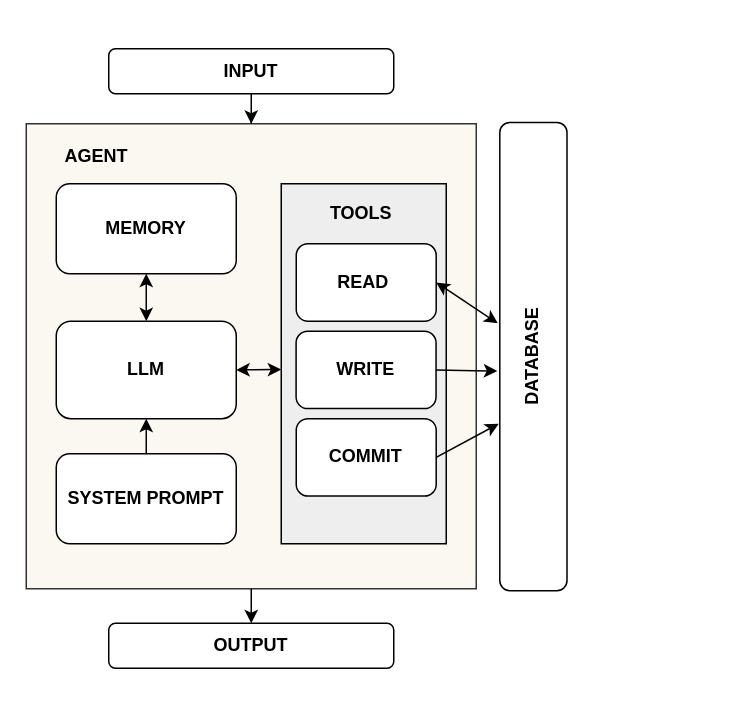
This is DB agent system.drawio from Aparup123/Drawio, a draw.io file, before an edit. Source tidied: cells renumbered, new cells numbered last; positions are measured from the earlier drawing's top-left corner, leaving out a move shared by most shapes. Both pictures are drawn from the tidied source at 150%, with x=0, y=0 at pixel (26, 48).
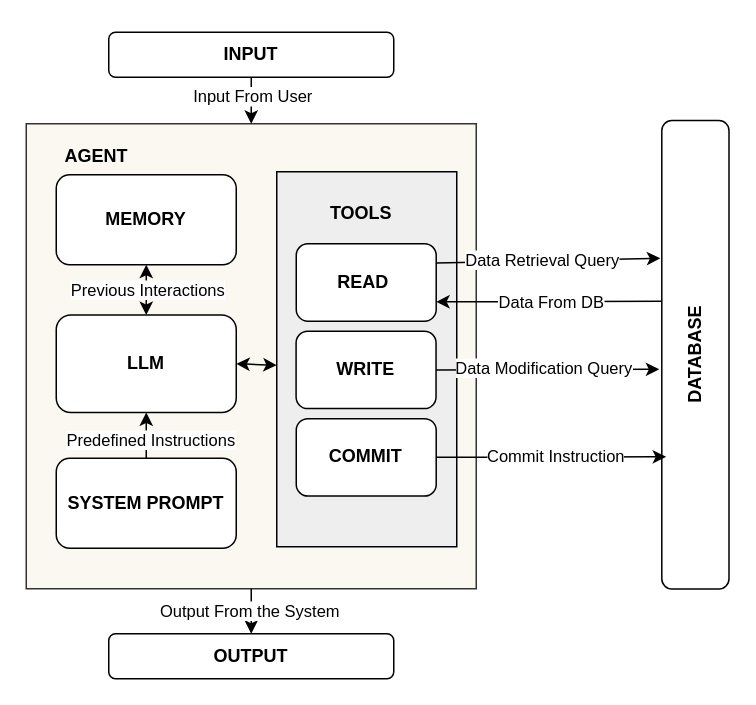
Above is the later version.

Unchanged cells that the change refers to:
```xml
<mxCell id="2" style="edgeStyle=orthogonalEdgeStyle;rounded=0;jettySize=auto;html=1;" parent="1" edge="1" source="3" target="22">
  <mxGeometry relative="1" as="geometry" />
</mxCell>
<mxCell id="7" style="edgeStyle=orthogonalEdgeStyle;rounded=0;jettySize=auto;html=1;entryX=0.5;entryY=0;entryDx=0;entryDy=0;" parent="1" edge="1" source="8" target="3">
  <mxGeometry relative="1" as="geometry" />
</mxCell>
<mxCell id="11" value="&lt;font face=&quot;Helvetica&quot;&gt;&lt;b&gt;READ&amp;nbsp;&lt;/b&gt;&lt;/font&gt;" style="rounded=1;whiteSpace=wrap;html=1;" parent="1" vertex="1">
  <mxGeometry x="180" y="130" width="93.3" height="51.6" as="geometry" />
</mxCell>
<mxCell id="13" value="&lt;font face=&quot;Helvetica&quot;&gt;&lt;b&gt;COMMIT&lt;/b&gt;&lt;/font&gt;" style="rounded=1;whiteSpace=wrap;html=1;" parent="1" vertex="1">
  <mxGeometry x="180" y="246.6" width="93.3" height="51.6" as="geometry" />
</mxCell>
<mxCell id="17" style="endArrow=classic;html=1;rounded=0;entryX=0.469;entryY=-0.037;entryDx=0;entryDy=0;entryPerimeter=0;exitX=1;exitY=0.5;exitDx=0;exitDy=0;" parent="1" edge="1" source="12" target="6">
  <mxGeometry relative="1" as="geometry" />
</mxCell>
<mxCell id="19" style="endArrow=classic;startArrow=classic;html=1;rounded=0;entryX=0.5;entryY=1;entryDx=0;entryDy=0;exitX=0.5;exitY=0;exitDx=0;exitDy=0;" parent="1" edge="1" source="5" target="9">
  <mxGeometry relative="1" as="geometry" />
</mxCell>
<mxCell id="20" style="endArrow=classic;html=1;rounded=0;entryX=0.5;entryY=1;entryDx=0;entryDy=0;exitX=0.5;exitY=0;exitDx=0;exitDy=0;" parent="1" edge="1" source="15" target="5">
  <mxGeometry relative="1" as="geometry" />
</mxCell>
```

Change to the diagram source:
```diff
@@
+    <mxCell id="23" value="Output From the System" style="edgeLabel;html=1;align=center;verticalAlign=middle;" parent="2" vertex="1">
+      <mxGeometry x="0.36" y="-2" relative="1" as="geometry" />
+    </mxCell>
@@
     <mxCell id="4" style="rounded=0;whiteSpace=wrap;html=1;fillColor=#eeeeee;strokeColor=default;" parent="1" vertex="1">
-      <mxGeometry x="170" y="90" width="110" height="240" as="geometry" />
+      <mxGeometry x="167" y="82" width="120" height="250" as="geometry" />
     </mxCell>
     <mxCell id="5" value="&lt;font face=&quot;Helvetica&quot;&gt;&lt;b&gt;LLM&lt;/b&gt;&lt;/font&gt;" style="rounded=1;whiteSpace=wrap;html=1;" parent="1" vertex="1">
-      <mxGeometry x="20" y="181.6" width="120" height="65" as="geometry" />
+      <mxGeometry x="20" y="177.5" width="120" height="65" as="geometry" />
     </mxCell>
     <mxCell id="6" value="&lt;font face=&quot;Helvetica&quot;&gt;&lt;b&gt;DATABASE&lt;/b&gt;&lt;/font&gt;" style="rounded=1;whiteSpace=wrap;html=1;rotation=-90;" parent="1" vertex="1">
-      <mxGeometry x="182" y="182.8" width="312.2" height="44.8" as="geometry" />
+      <mxGeometry x="290" y="181.6" width="312.2" height="44.8" as="geometry" />
     </mxCell>
@@
+    <mxCell id="24" value="Input From User" style="edgeLabel;html=1;align=center;verticalAlign=middle;" parent="7" vertex="1">
+      <mxGeometry x="0.21" y="-2" relative="1" as="geometry">
+        <mxPoint x="2" as="offset" />
+      </mxGeometry>
+    </mxCell>
     <mxCell id="8" value="&lt;pre&gt;&lt;font face=&quot;Helvetica&quot;&gt;&lt;b&gt;INPUT&lt;/b&gt;&lt;/font&gt;&lt;/pre&gt;" style="rounded=1;whiteSpace=wrap;html=1;" parent="1" vertex="1">
-      <mxGeometry x="55" width="190" height="30" as="geometry" />
+      <mxGeometry x="55" y="-11" width="190" height="30" as="geometry" />
     </mxCell>
     <mxCell id="9" value="&lt;font face=&quot;Helvetica&quot;&gt;&lt;b&gt;MEMORY&lt;/b&gt;&lt;/font&gt;" style="rounded=1;whiteSpace=wrap;html=1;" parent="1" vertex="1">
-      <mxGeometry x="20" y="90" width="120" height="60" as="geometry" />
+      <mxGeometry x="20" y="84" width="120" height="60" as="geometry" />
     </mxCell>
@@
     <mxCell id="15" value="&lt;font face=&quot;Helvetica&quot;&gt;&lt;b&gt;SYSTEM PROMPT&lt;/b&gt;&lt;/font&gt;" style="rounded=1;whiteSpace=wrap;html=1;glass=0;shadow=0;" parent="1" vertex="1">
-      <mxGeometry x="20" y="270" width="120" height="60" as="geometry" />
+      <mxGeometry x="20" y="273" width="120" height="60" as="geometry" />
     </mxCell>
-    <mxCell id="16" style="endArrow=classic;startArrow=classic;html=1;rounded=0;entryX=1;entryY=0.5;entryDx=0;entryDy=0;exitX=0.571;exitY=-0.03;exitDx=0;exitDy=0;exitPerimeter=0;" parent="1" edge="1" source="6" target="11">
-      <mxGeometry relative="1" as="geometry" />
-    </mxCell>
@@
+    <mxCell id="25" value="Data Modification Query" style="edgeLabel;html=1;align=center;verticalAlign=middle;" parent="17" vertex="1">
+      <mxGeometry x="-0.26" relative="1" as="geometry">
+        <mxPoint x="16" y="-1" as="offset" />
+      </mxGeometry>
+    </mxCell>
-    <mxCell id="18" style="endArrow=classic;html=1;rounded=0;exitX=1;exitY=0.5;exitDx=0;exitDy=0;" parent="1" edge="1" source="13">
-      <mxGeometry relative="1" as="geometry">
-        <mxPoint x="315" y="250" as="targetPoint" />
-      </mxGeometry>
+    <mxCell id="18" style="endArrow=classic;html=1;rounded=0;exitX=1;exitY=0.5;exitDx=0;exitDy=0;entryX=0.282;entryY=0.065;entryDx=0;entryDy=0;entryPerimeter=0;" parent="1" edge="1" source="13" target="6">
+      <mxGeometry relative="1" as="geometry" />
     </mxCell>
+    <mxCell id="26" value="Commit Instruction" style="edgeLabel;html=1;align=center;verticalAlign=middle;" parent="18" vertex="1">
+      <mxGeometry x="0.03" y="-1" relative="1" as="geometry">
+        <mxPoint y="-2" as="offset" />
+      </mxGeometry>
+    </mxCell>
@@
+    <mxCell id="27" value="Previous Interactions" style="edgeLabel;html=1;align=center;verticalAlign=middle;" parent="19" vertex="1">
+      <mxGeometry x="-0.02" relative="1" as="geometry">
+        <mxPoint y="-1" as="offset" />
+      </mxGeometry>
+    </mxCell>
@@
+    <mxCell id="28" value="Predefined Instructions" style="edgeLabel;html=1;align=center;verticalAlign=middle;" parent="20" vertex="1">
+      <mxGeometry x="-0.25" y="-2" relative="1" as="geometry">
+        <mxPoint y="-2" as="offset" />
+      </mxGeometry>
+    </mxCell>
@@
     <mxCell id="22" value="&lt;font face=&quot;Helvetica&quot;&gt;&lt;b&gt;OUTPUT&lt;/b&gt;&lt;/font&gt;" style="rounded=1;whiteSpace=wrap;html=1;" parent="1" vertex="1">
-      <mxGeometry x="55" y="383" width="190" height="30" as="geometry" />
+      <mxGeometry x="55" y="390" width="190" height="30" as="geometry" />
     </mxCell>
+    <mxCell id="29" style="endArrow=classic;html=1;rounded=0;exitX=1;exitY=0.25;exitDx=0;exitDy=0;entryX=0.706;entryY=-0.022;entryDx=0;entryDy=0;entryPerimeter=0;" parent="1" edge="1" source="11" target="6">
+      <mxGeometry relative="1" as="geometry" />
+    </mxCell>
+    <mxCell id="30" value="Data Retrieval Query" style="edgeLabel;html=1;align=center;verticalAlign=middle;" parent="29" vertex="1">
+      <mxGeometry x="-0.23" y="-2" relative="1" as="geometry">
+        <mxPoint x="12" y="-3" as="offset" />
+      </mxGeometry>
+    </mxCell>
+    <mxCell id="16" style="endArrow=classic;html=1;rounded=0;entryX=1;entryY=0.75;entryDx=0;entryDy=0;exitX=0.614;exitY=0.005;exitDx=0;exitDy=0;exitPerimeter=0;" parent="1" edge="1" source="6" target="11">
+      <mxGeometry relative="1" as="geometry" />
+    </mxCell>
+    <mxCell id="31" value="Data From DB" style="edgeLabel;html=1;align=center;verticalAlign=middle;" parent="16" vertex="1">
+      <mxGeometry x="0.27" y="1" relative="1" as="geometry">
+        <mxPoint x="22" y="-1" as="offset" />
+      </mxGeometry>
+    </mxCell>
```
